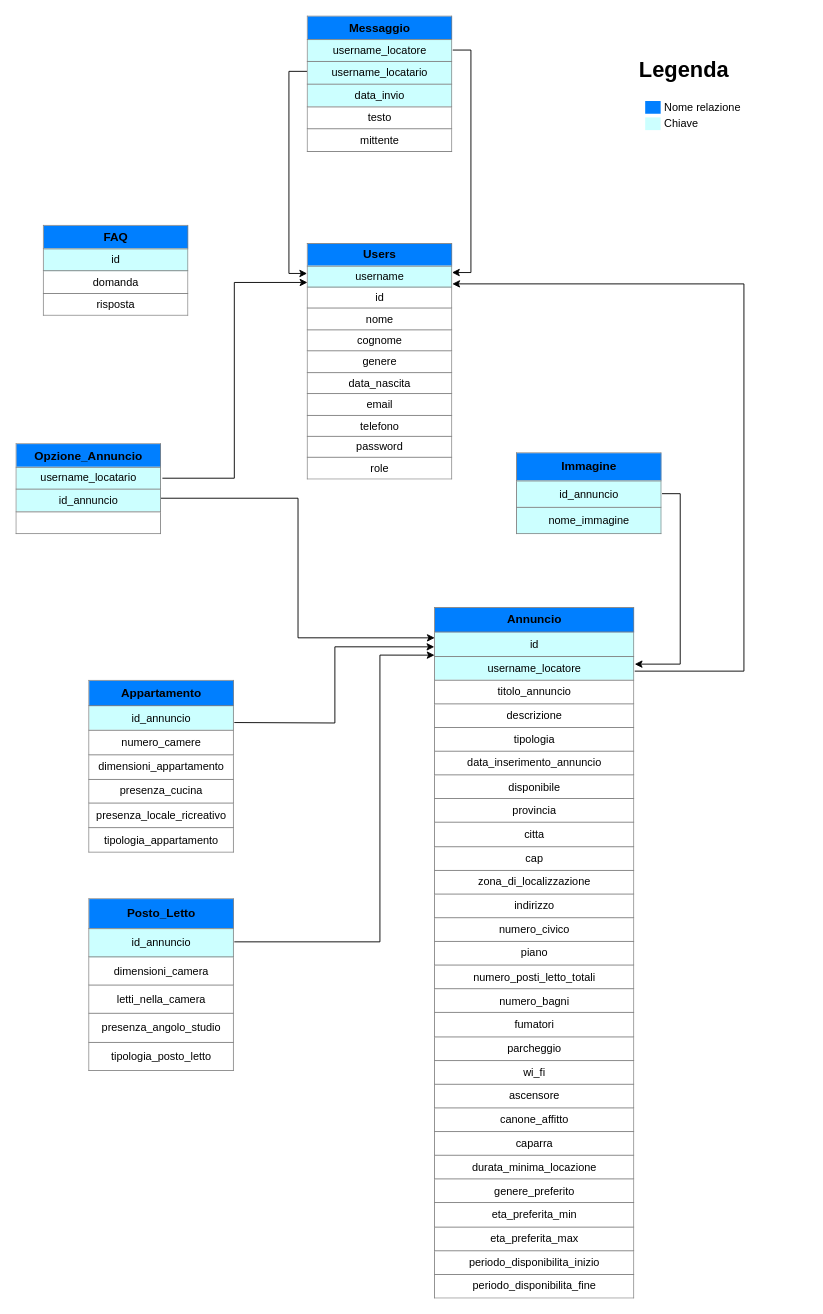
This is Database/Schema_logico_DB.drawio from fd-col/RentAdvisor, a draw.io file, before an edit. Source tidied: cells renumbered, new cells numbered last; positions are measured from the earlier drawing's top-left corner, leaving out a move shared by most shapes. Both pictures are drawn from the tidied source at 91%, with x=0, y=0 at pixel (15, 15).
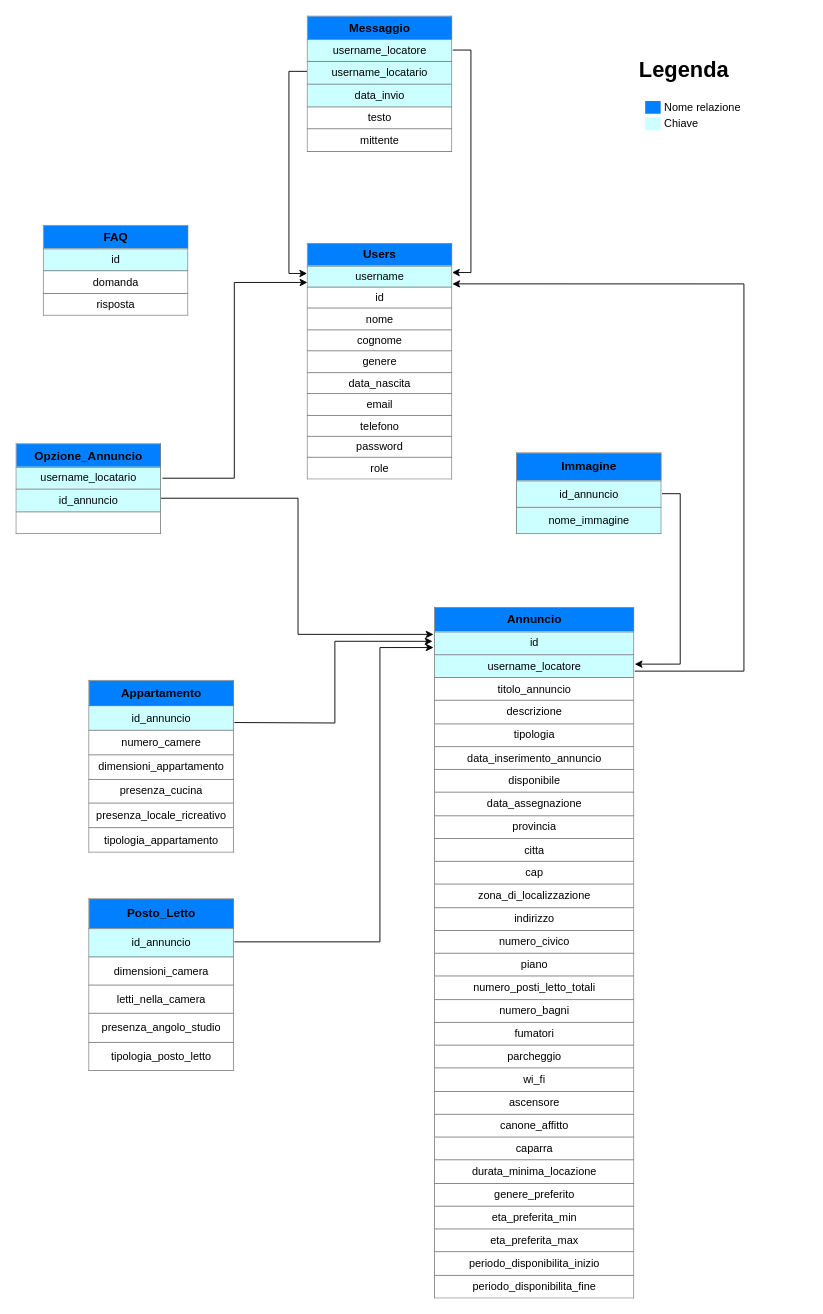
Above is the later version.

Unchanged cells that the change refers to:
```xml
<mxCell id="11" value="&lt;table border=&quot;1&quot; width=&quot;100%&quot; cellpadding=&quot;4&quot; style=&quot;width: 100% ; height: 100% ; border-collapse: collapse&quot;&gt;&lt;tbody&gt;&lt;tr&gt;&lt;th style=&quot;background-color: rgb(0 , 127 , 255)&quot;&gt;&lt;span style=&quot;font-size: 13px&quot;&gt;Opzione_Annuncio&lt;/span&gt;&lt;/th&gt;&lt;/tr&gt;&lt;tr style=&quot;font-size: 13px&quot;&gt;&lt;td style=&quot;font-size: 12px ; background-color: rgb(204 , 255 , 255)&quot;&gt;username_locatario&lt;/td&gt;&lt;/tr&gt;&lt;tr&gt;&lt;td style=&quot;background-color: rgb(204 , 255 , 255)&quot;&gt;id_annuncio&lt;br&gt;&lt;/td&gt;&lt;/tr&gt;&lt;tr&gt;&lt;td&gt;&lt;br&gt;&lt;/td&gt;&lt;/tr&gt;&lt;/tbody&gt;&lt;/table&gt;" style="text;html=1;overflow=fill;align=center;" parent="1" vertex="1">
  <mxGeometry y="470" width="160" height="100" as="geometry" />
</mxCell>
<mxCell id="15" value="&lt;table border=&quot;1&quot; width=&quot;100%&quot; cellpadding=&quot;4&quot; style=&quot;width: 100% ; height: 100% ; border-collapse: collapse&quot;&gt;&lt;tbody&gt;&lt;tr&gt;&lt;th style=&quot;background-color: rgb(0 , 127 , 255)&quot;&gt;&lt;span style=&quot;font-size: 13px;&quot;&gt;Posto_Letto&lt;/span&gt;&lt;/th&gt;&lt;/tr&gt;&lt;tr style=&quot;font-size: 13px&quot;&gt;&lt;td style=&quot;font-size: 12px ; background-color: rgb(204 , 255 , 255)&quot;&gt;id_annuncio&lt;/td&gt;&lt;/tr&gt;&lt;tr&gt;&lt;td&gt;dimensioni_camera&lt;/td&gt;&lt;/tr&gt;&lt;tr&gt;&lt;td&gt;letti_nella_camera&lt;/td&gt;&lt;/tr&gt;&lt;tr&gt;&lt;td&gt;presenza_angolo_studio&lt;/td&gt;&lt;/tr&gt;&lt;tr&gt;&lt;td&gt;tipologia_posto_letto&lt;/td&gt;&lt;/tr&gt;&lt;/tbody&gt;&lt;/table&gt;" style="text;html=1;overflow=fill;align=center;" parent="1" vertex="1">
  <mxGeometry x="80" y="970" width="160" height="190" as="geometry" />
</mxCell>
```

The edit, as a diff of the source:
```diff
@@
-    <mxCell id="7" value="&lt;table border=&quot;1&quot; width=&quot;100%&quot; cellpadding=&quot;4&quot; style=&quot;width: 100% ; height: 100% ; border-collapse: collapse&quot;&gt;&lt;tbody&gt;&lt;tr&gt;&lt;th style=&quot;background-color: rgb(0 , 127 , 255)&quot;&gt;&lt;font style=&quot;font-size: 13px&quot;&gt;Annuncio&lt;/font&gt;&lt;/th&gt;&lt;/tr&gt;&lt;tr style=&quot;font-size: 13px&quot;&gt;&lt;td style=&quot;font-size: 12px ; background-color: rgb(204 , 255 , 255)&quot;&gt;id&lt;/td&gt;&lt;/tr&gt;&lt;tr&gt;&lt;td style=&quot;background-color: rgb(204 , 255 , 255)&quot;&gt;username_locatore&lt;/td&gt;&lt;/tr&gt;&lt;tr&gt;&lt;td&gt;titolo_annuncio&lt;/td&gt;&lt;/tr&gt;&lt;tr&gt;&lt;td&gt;descrizione&lt;br&gt;&lt;/td&gt;&lt;/tr&gt;&lt;tr&gt;&lt;td&gt;tipologia&lt;/td&gt;&lt;/tr&gt;&lt;tr&gt;&lt;td&gt;data_inserimento_annuncio&lt;/td&gt;&lt;/tr&gt;&lt;tr&gt;&lt;td&gt;disponibile&lt;/td&gt;&lt;/tr&gt;&lt;tr&gt;&lt;td&gt;provincia&lt;/td&gt;&lt;/tr&gt;&lt;tr&gt;&lt;td&gt;citta&lt;/td&gt;&lt;/tr&gt;&lt;tr&gt;&lt;td&gt;cap&lt;/td&gt;&lt;/tr&gt;&lt;tr&gt;&lt;td&gt;zona_di_localizzazione&lt;br&gt;&lt;/td&gt;&lt;/tr&gt;&lt;tr&gt;&lt;td&gt;indirizzo&lt;/td&gt;&lt;/tr&gt;&lt;tr&gt;&lt;td&gt;numero_civico&lt;/td&gt;&lt;/tr&gt;&lt;tr&gt;&lt;td&gt;piano&lt;/td&gt;&lt;/tr&gt;&lt;tr&gt;&lt;td&gt;numero_posti_letto_totali&lt;/td&gt;&lt;/tr&gt;&lt;tr&gt;&lt;td&gt;numero_bagni&lt;/td&gt;&lt;/tr&gt;&lt;tr&gt;&lt;td&gt;fumatori&lt;/td&gt;&lt;/tr&gt;&lt;tr&gt;&lt;td&gt;parcheggio&lt;/td&gt;&lt;/tr&gt;&lt;tr&gt;&lt;td&gt;wi_fi&lt;/td&gt;&lt;/tr&gt;&lt;tr&gt;&lt;td&gt;ascensore&lt;/td&gt;&lt;/tr&gt;&lt;tr&gt;&lt;td&gt;canone_affitto&lt;/td&gt;&lt;/tr&gt;&lt;tr&gt;&lt;td&gt;caparra&lt;/td&gt;&lt;/tr&gt;&lt;tr&gt;&lt;td&gt;durata_minima_locazione&lt;/td&gt;&lt;/tr&gt;&lt;tr&gt;&lt;td&gt;genere_preferito&lt;/td&gt;&lt;/tr&gt;&lt;tr&gt;&lt;td&gt;eta_preferita_min&lt;/td&gt;&lt;/tr&gt;&lt;tr&gt;&lt;td&gt;eta_preferita_max&lt;/td&gt;&lt;/tr&gt;&lt;tr&gt;&lt;td&gt;periodo_disponibilita_inizio&lt;/td&gt;&lt;/tr&gt;&lt;tr&gt;&lt;td&gt;periodo_disponibilita_fine&lt;/td&gt;&lt;/tr&gt;&lt;/tbody&gt;&lt;/table&gt;" style="text;html=1;overflow=fill;align=center;" parent="1" vertex="1">
+    <mxCell id="7" value="&lt;table border=&quot;1&quot; width=&quot;100%&quot; cellpadding=&quot;4&quot; style=&quot;width: 100% ; height: 100% ; border-collapse: collapse&quot;&gt;&lt;tbody&gt;&lt;tr&gt;&lt;th style=&quot;background-color: rgb(0 , 127 , 255)&quot;&gt;&lt;font style=&quot;font-size: 13px&quot;&gt;Annuncio&lt;/font&gt;&lt;/th&gt;&lt;/tr&gt;&lt;tr style=&quot;font-size: 13px&quot;&gt;&lt;td style=&quot;font-size: 12px ; background-color: rgb(204 , 255 , 255)&quot;&gt;id&lt;/td&gt;&lt;/tr&gt;&lt;tr&gt;&lt;td style=&quot;background-color: rgb(204 , 255 , 255)&quot;&gt;username_locatore&lt;/td&gt;&lt;/tr&gt;&lt;tr&gt;&lt;td&gt;titolo_annuncio&lt;/td&gt;&lt;/tr&gt;&lt;tr&gt;&lt;td&gt;descrizione&lt;br&gt;&lt;/td&gt;&lt;/tr&gt;&lt;tr&gt;&lt;td&gt;tipologia&lt;/td&gt;&lt;/tr&gt;&lt;tr&gt;&lt;td&gt;data_inserimento_annuncio&lt;/td&gt;&lt;/tr&gt;&lt;tr&gt;&lt;td&gt;disponibile&lt;/td&gt;&lt;/tr&gt;&lt;tr&gt;&lt;td&gt;data_assegnazione&lt;/td&gt;&lt;/tr&gt;&lt;tr&gt;&lt;td&gt;provincia&lt;/td&gt;&lt;/tr&gt;&lt;tr&gt;&lt;td&gt;citta&lt;/td&gt;&lt;/tr&gt;&lt;tr&gt;&lt;td&gt;cap&lt;/td&gt;&lt;/tr&gt;&lt;tr&gt;&lt;td&gt;zona_di_localizzazione&lt;br&gt;&lt;/td&gt;&lt;/tr&gt;&lt;tr&gt;&lt;td&gt;indirizzo&lt;/td&gt;&lt;/tr&gt;&lt;tr&gt;&lt;td&gt;numero_civico&lt;/td&gt;&lt;/tr&gt;&lt;tr&gt;&lt;td&gt;piano&lt;/td&gt;&lt;/tr&gt;&lt;tr&gt;&lt;td&gt;numero_posti_letto_totali&lt;/td&gt;&lt;/tr&gt;&lt;tr&gt;&lt;td&gt;numero_bagni&lt;/td&gt;&lt;/tr&gt;&lt;tr&gt;&lt;td&gt;fumatori&lt;/td&gt;&lt;/tr&gt;&lt;tr&gt;&lt;td&gt;parcheggio&lt;/td&gt;&lt;/tr&gt;&lt;tr&gt;&lt;td&gt;wi_fi&lt;/td&gt;&lt;/tr&gt;&lt;tr&gt;&lt;td&gt;ascensore&lt;/td&gt;&lt;/tr&gt;&lt;tr&gt;&lt;td&gt;canone_affitto&lt;/td&gt;&lt;/tr&gt;&lt;tr&gt;&lt;td&gt;caparra&lt;/td&gt;&lt;/tr&gt;&lt;tr&gt;&lt;td&gt;durata_minima_locazione&lt;/td&gt;&lt;/tr&gt;&lt;tr&gt;&lt;td&gt;genere_preferito&lt;/td&gt;&lt;/tr&gt;&lt;tr&gt;&lt;td&gt;eta_preferita_min&lt;/td&gt;&lt;/tr&gt;&lt;tr&gt;&lt;td&gt;eta_preferita_max&lt;/td&gt;&lt;/tr&gt;&lt;tr&gt;&lt;td&gt;periodo_disponibilita_inizio&lt;/td&gt;&lt;/tr&gt;&lt;tr&gt;&lt;td&gt;periodo_disponibilita_fine&lt;/td&gt;&lt;/tr&gt;&lt;/tbody&gt;&lt;/table&gt;" style="text;html=1;overflow=fill;align=center;" parent="1" vertex="1">
       <mxGeometry x="460" y="650" width="220" height="760" as="geometry" />
     </mxCell>
@@
-    <mxCell id="10" style="edgeStyle=orthogonalEdgeStyle;rounded=0;jettySize=auto;html=1;exitX=0.994;exitY=0.6;exitDx=0;exitDy=0;entryX=0.001;entryY=0.044;entryDx=0;entryDy=0;entryPerimeter=0;exitPerimeter=0;" parent="1" edge="1" source="11" target="7">
+    <mxCell id="10" style="edgeStyle=orthogonalEdgeStyle;rounded=0;jettySize=auto;html=1;exitX=0.994;exitY=0.6;exitDx=0;exitDy=0;entryX=-0.005;entryY=0.039;entryDx=0;entryDy=0;entryPerimeter=0;exitPerimeter=0;" parent="1" edge="1" source="11" target="7">
       <mxGeometry relative="1" as="geometry">
         <Array as="points">
           <mxPoint x="310" y="530" />
-          <mxPoint x="310" y="683" />
+          <mxPoint x="310" y="680" />
+          <mxPoint x="459" y="680" />
         </Array>
       </mxGeometry>
     </mxCell>
@@
-    <mxCell id="12" style="edgeStyle=orthogonalEdgeStyle;rounded=0;jettySize=auto;html=1;exitX=1;exitY=0.25;exitDx=0;exitDy=0;entryX=-0.001;entryY=0.057;entryDx=0;entryDy=0;entryPerimeter=0;" parent="1" edge="1" target="7">
+    <mxCell id="12" style="edgeStyle=orthogonalEdgeStyle;rounded=0;jettySize=auto;html=1;exitX=1;exitY=0.25;exitDx=0;exitDy=0;entryX=-0.01;entryY=0.049;entryDx=0;entryDy=0;entryPerimeter=0;" parent="1" edge="1" target="7">
       <mxGeometry relative="1" as="geometry">
         <mxPoint x="240" y="776.5" as="sourcePoint" />
       </mxGeometry>
     </mxCell>
@@
-    <mxCell id="14" style="edgeStyle=orthogonalEdgeStyle;rounded=0;jettySize=auto;html=1;exitX=1;exitY=0.25;exitDx=0;exitDy=0;entryX=0;entryY=0.069;entryDx=0;entryDy=0;entryPerimeter=0;" parent="1" edge="1" source="15" target="7">
+    <mxCell id="14" style="edgeStyle=orthogonalEdgeStyle;rounded=0;jettySize=auto;html=1;exitX=1;exitY=0.25;exitDx=0;exitDy=0;entryX=-0.005;entryY=0.058;entryDx=0;entryDy=0;entryPerimeter=0;" parent="1" edge="1" source="15" target="7">
       <mxGeometry relative="1" as="geometry">
         <Array as="points">
           <mxPoint x="400" y="1018" />
-          <mxPoint x="400" y="702" />
+          <mxPoint x="400" y="694" />
         </Array>
       </mxGeometry>
     </mxCell>
```
